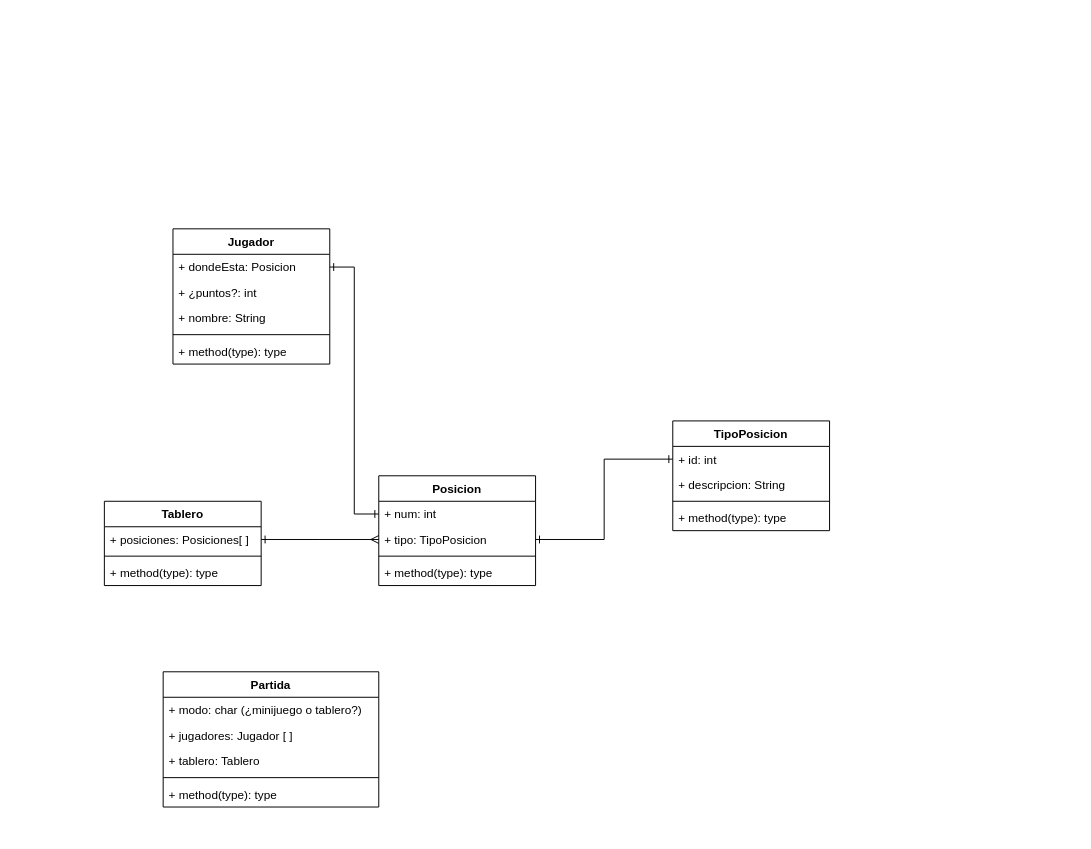
The draw.io diagram ClasesMarioParty.drawio in cancellarapaula/MarioParty, before the edit. Source tidied: cells renumbered, new cells numbered last; positions are measured from the earlier drawing's top-left corner, leaving out a move shared by most shapes. Both pictures are drawn from the tidied source at 98%, with x=0, y=0 at pixel (104, 228).
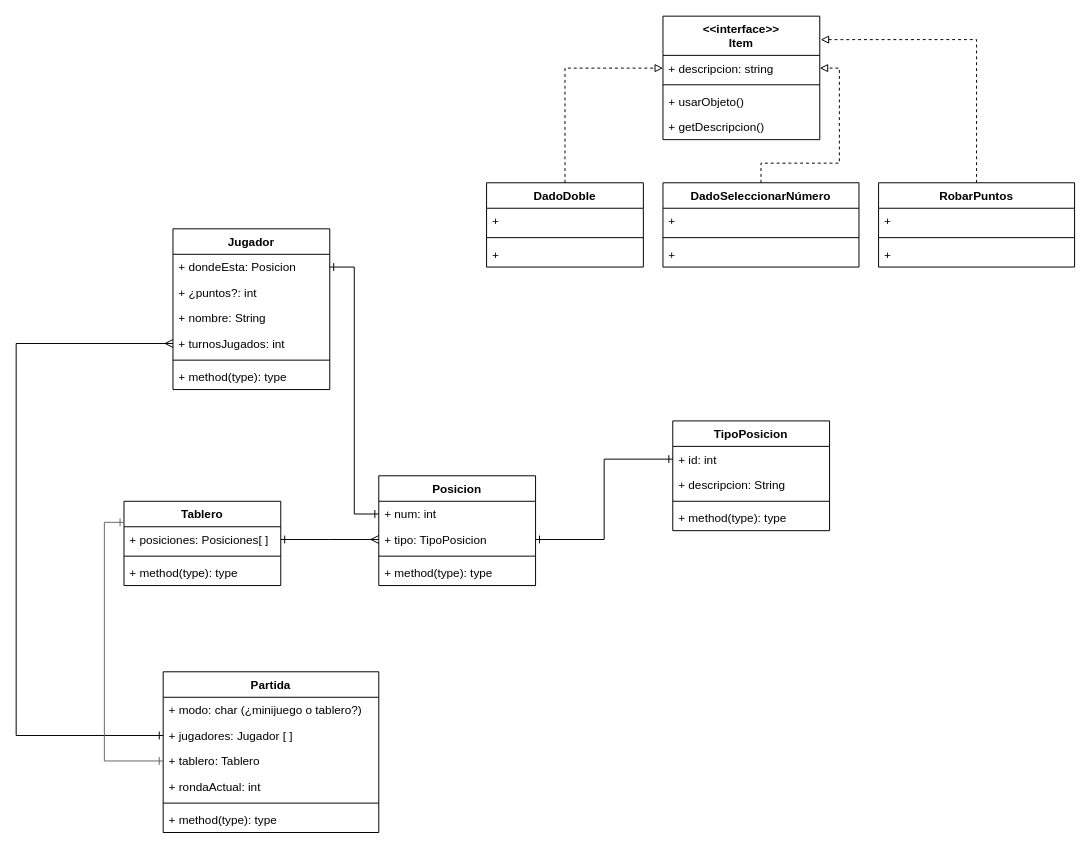
The same page after the edit.

Commit message:
Añadidos un par de atributos a jugador y partida, modelado algo de los items

The change refers to these unchanged cells:
```xml
<mxCell id="27" value="+ jugadores: Jugador [ ]" style="text;strokeColor=none;fillColor=none;align=left;verticalAlign=top;spacingLeft=4;spacingRight=4;overflow=hidden;points=[[0,0.5],[1,0.5]];portConstraint=eastwest;" parent="25" vertex="1">
  <mxGeometry y="52" width="220" height="26" as="geometry" />
</mxCell>
<mxCell id="28" value="+ tablero: Tablero" style="text;strokeColor=none;fillColor=none;align=left;verticalAlign=top;spacingLeft=4;spacingRight=4;overflow=hidden;points=[[0,0.5],[1,0.5]];portConstraint=eastwest;" parent="25" vertex="1">
  <mxGeometry y="78" width="220" height="26" as="geometry" />
</mxCell>
```

What changed in the source:
```diff
@@
     <mxCell id="2" value="Tablero" style="swimlane;fontStyle=1;align=center;verticalAlign=top;horizontal=1;startSize=26;" parent="1" vertex="1">
-      <mxGeometry y="278" width="160" height="86" as="geometry" />
+      <mxGeometry x="20" y="278" width="160" height="86" as="geometry" />
     </mxCell>
@@
     <mxCell id="18" value="Jugador" style="swimlane;fontStyle=1;align=center;verticalAlign=top;horizontal=1;startSize=26;" parent="1" vertex="1">
-      <mxGeometry x="70" width="160" height="138" as="geometry" />
+      <mxGeometry x="70" width="160" height="164" as="geometry" />
     </mxCell>
@@
+    <mxCell id="31" value="+ nombre: String" style="text;strokeColor=none;fillColor=none;align=left;verticalAlign=top;spacingLeft=4;spacingRight=4;overflow=hidden;" parent="18" vertex="1">
+      <mxGeometry y="78" width="160" height="26" as="geometry" />
+    </mxCell>
-    <mxCell id="21" value="+ nombre: String" style="text;strokeColor=none;fillColor=none;align=left;verticalAlign=top;spacingLeft=4;spacingRight=4;overflow=hidden;points=[[0,0.5],[1,0.5]];portConstraint=eastwest;" parent="18" vertex="1">
-      <mxGeometry y="78" width="160" height="26" as="geometry" />
+    <mxCell id="21" value="+ turnosJugados: int" style="text;strokeColor=none;fillColor=none;align=left;verticalAlign=top;spacingLeft=4;spacingRight=4;overflow=hidden;points=[[0,0.5],[1,0.5]];portConstraint=eastwest;" parent="18" vertex="1">
+      <mxGeometry y="104" width="160" height="26" as="geometry" />
     </mxCell>
     <mxCell id="22" style="line;strokeWidth=1;fillColor=none;align=left;verticalAlign=middle;spacingTop=-1;spacingLeft=3;spacingRight=3;labelPosition=right;" parent="18" vertex="1">
-      <mxGeometry y="104" width="160" height="8" as="geometry" />
+      <mxGeometry y="130" width="160" height="8" as="geometry" />
     </mxCell>
     <mxCell id="23" value="+ method(type): type" style="text;strokeColor=none;fillColor=none;align=left;verticalAlign=top;spacingLeft=4;spacingRight=4;overflow=hidden;" parent="18" vertex="1">
-      <mxGeometry y="112" width="160" height="26" as="geometry" />
+      <mxGeometry y="138" width="160" height="26" as="geometry" />
     </mxCell>
@@
     <mxCell id="25" value="Partida" style="swimlane;fontStyle=1;align=center;verticalAlign=top;horizontal=1;startSize=26;" parent="1" vertex="1">
-      <mxGeometry x="60" y="452" width="220" height="138" as="geometry" />
+      <mxGeometry x="60" y="452" width="220" height="164" as="geometry" />
     </mxCell>
@@
+    <mxCell id="32" value="+ rondaActual: int" style="text;strokeColor=none;fillColor=none;align=left;verticalAlign=top;spacingLeft=4;spacingRight=4;overflow=hidden;" parent="25" vertex="1">
+      <mxGeometry y="104" width="220" height="26" as="geometry" />
+    </mxCell>
     <mxCell id="29" style="line;strokeWidth=1;fillColor=none;align=left;verticalAlign=middle;spacingTop=-1;spacingLeft=3;spacingRight=3;labelPosition=right;" parent="25" vertex="1">
-      <mxGeometry y="104" width="220" height="8" as="geometry" />
+      <mxGeometry y="130" width="220" height="8" as="geometry" />
     </mxCell>
     <mxCell id="30" value="+ method(type): type" style="text;strokeColor=none;fillColor=none;align=left;verticalAlign=top;spacingLeft=4;spacingRight=4;overflow=hidden;" parent="25" vertex="1">
-      <mxGeometry y="112" width="220" height="26" as="geometry" />
+      <mxGeometry y="138" width="220" height="26" as="geometry" />
     </mxCell>
+    <mxCell id="33" style="edgeStyle=orthogonalEdgeStyle;rounded=0;jettySize=auto;html=1;exitX=0;exitY=0.5;exitDx=0;exitDy=0;entryX=0;entryY=0.5;entryDx=0;entryDy=0;startArrow=ERone;startFill=0;endArrow=ERmany;endFill=0;" parent="1" edge="1" source="27" target="21">
+      <mxGeometry relative="1" as="geometry">
+        <Array as="points">
+          <mxPoint x="-90" y="517" />
+          <mxPoint x="-90" y="117" />
+        </Array>
+      </mxGeometry>
+    </mxCell>
+    <mxCell id="34" style="edgeStyle=orthogonalEdgeStyle;rounded=0;jettySize=auto;html=1;exitX=0.5;exitY=0;exitDx=0;exitDy=0;entryX=0;entryY=0.5;entryDx=0;entryDy=0;startArrow=none;startFill=0;endArrow=block;endFill=0;dashed=1;" parent="1" edge="1" source="35" target="41">
+      <mxGeometry relative="1" as="geometry" />
+    </mxCell>
+    <mxCell id="35" value="DadoDoble" style="swimlane;fontStyle=1;align=center;verticalAlign=top;horizontal=1;startSize=26;" parent="1" vertex="1">
+      <mxGeometry x="390" y="-47" width="160" height="86" as="geometry" />
+    </mxCell>
+    <mxCell id="36" value="+" style="text;strokeColor=none;fillColor=none;align=left;verticalAlign=top;spacingLeft=4;spacingRight=4;overflow=hidden;" parent="35" vertex="1">
+      <mxGeometry y="26" width="160" height="26" as="geometry" />
+    </mxCell>
+    <mxCell id="37" style="line;strokeWidth=1;fillColor=none;align=left;verticalAlign=middle;spacingTop=-1;spacingLeft=3;spacingRight=3;labelPosition=right;" parent="35" vertex="1">
+      <mxGeometry y="52" width="160" height="8" as="geometry" />
+    </mxCell>
+    <mxCell id="38" value="+" style="text;strokeColor=none;fillColor=none;align=left;verticalAlign=top;spacingLeft=4;spacingRight=4;overflow=hidden;" parent="35" vertex="1">
+      <mxGeometry y="60" width="160" height="26" as="geometry" />
+    </mxCell>
+    <mxCell id="39" style="edgeStyle=orthogonalEdgeStyle;rounded=0;jettySize=auto;html=1;exitX=0;exitY=0.5;exitDx=0;exitDy=0;entryX=0;entryY=0.25;entryDx=0;entryDy=0;startArrow=ERone;startFill=0;endArrow=ERone;endFill=0;fillColor=#f5f5f5;strokeColor=#666666;" parent="1" edge="1" source="28" target="2">
+      <mxGeometry relative="1" as="geometry" />
+    </mxCell>
+    <mxCell id="40" value="&lt;&lt;interface&gt;&gt;&#10;Item" style="swimlane;fontStyle=1;align=center;verticalAlign=top;horizontal=1;startSize=40;" parent="1" vertex="1">
+      <mxGeometry x="570" y="-217" width="160" height="126" as="geometry" />
+    </mxCell>
+    <mxCell id="41" value="+ descripcion: string" style="text;strokeColor=none;fillColor=none;align=left;verticalAlign=top;spacingLeft=4;spacingRight=4;overflow=hidden;points=[[0,0.5],[1,0.5]];portConstraint=eastwest;" parent="40" vertex="1">
+      <mxGeometry y="40" width="160" height="26" as="geometry" />
+    </mxCell>
+    <mxCell id="42" style="line;strokeWidth=1;fillColor=none;align=left;verticalAlign=middle;spacingTop=-1;spacingLeft=3;spacingRight=3;labelPosition=right;" parent="40" vertex="1">
+      <mxGeometry y="66" width="160" height="8" as="geometry" />
+    </mxCell>
+    <mxCell id="43" value="+ usarObjeto()" style="text;strokeColor=none;fillColor=none;align=left;verticalAlign=top;spacingLeft=4;spacingRight=4;overflow=hidden;" parent="40" vertex="1">
+      <mxGeometry y="74" width="160" height="26" as="geometry" />
+    </mxCell>
+    <mxCell id="44" value="+ getDescripcion()" style="text;strokeColor=none;fillColor=none;align=left;verticalAlign=top;spacingLeft=4;spacingRight=4;overflow=hidden;" parent="40" vertex="1">
+      <mxGeometry y="100" width="160" height="26" as="geometry" />
+    </mxCell>
+    <mxCell id="45" style="edgeStyle=orthogonalEdgeStyle;rounded=0;jettySize=auto;html=1;exitX=0.5;exitY=0;exitDx=0;exitDy=0;entryX=1;entryY=0.5;entryDx=0;entryDy=0;dashed=1;startArrow=none;startFill=0;endArrow=block;endFill=0;" parent="1" edge="1" source="46" target="41">
+      <mxGeometry relative="1" as="geometry">
+        <Array as="points">
+          <mxPoint x="670" y="-67" />
+          <mxPoint x="750" y="-67" />
+          <mxPoint x="750" y="-164" />
+        </Array>
+      </mxGeometry>
+    </mxCell>
+    <mxCell id="46" value="DadoSeleccionarNúmero" style="swimlane;fontStyle=1;align=center;verticalAlign=top;horizontal=1;startSize=26;" parent="1" vertex="1">
+      <mxGeometry x="570" y="-47" width="200" height="86" as="geometry" />
+    </mxCell>
+    <mxCell id="47" value="+" style="text;strokeColor=none;fillColor=none;align=left;verticalAlign=top;spacingLeft=4;spacingRight=4;overflow=hidden;" parent="46" vertex="1">
+      <mxGeometry y="26" width="200" height="26" as="geometry" />
+    </mxCell>
+    <mxCell id="48" style="line;strokeWidth=1;fillColor=none;align=left;verticalAlign=middle;spacingTop=-1;spacingLeft=3;spacingRight=3;labelPosition=right;" parent="46" vertex="1">
+      <mxGeometry y="52" width="200" height="8" as="geometry" />
+    </mxCell>
+    <mxCell id="49" value="+" style="text;strokeColor=none;fillColor=none;align=left;verticalAlign=top;spacingLeft=4;spacingRight=4;overflow=hidden;" parent="46" vertex="1">
+      <mxGeometry y="60" width="200" height="26" as="geometry" />
+    </mxCell>
+    <mxCell id="50" style="edgeStyle=orthogonalEdgeStyle;rounded=0;jettySize=auto;html=1;exitX=0.5;exitY=0;exitDx=0;exitDy=0;entryX=1.006;entryY=0.19;entryDx=0;entryDy=0;entryPerimeter=0;dashed=1;startArrow=none;startFill=0;endArrow=block;endFill=0;" parent="1" edge="1" source="51" target="40">
+      <mxGeometry relative="1" as="geometry" />
+    </mxCell>
+    <mxCell id="51" value="RobarPuntos" style="swimlane;fontStyle=1;align=center;verticalAlign=top;horizontal=1;startSize=26;" parent="1" vertex="1">
+      <mxGeometry x="790" y="-47" width="200" height="86" as="geometry" />
+    </mxCell>
+    <mxCell id="52" value="+" style="text;strokeColor=none;fillColor=none;align=left;verticalAlign=top;spacingLeft=4;spacingRight=4;overflow=hidden;" parent="51" vertex="1">
+      <mxGeometry y="26" width="200" height="26" as="geometry" />
+    </mxCell>
+    <mxCell id="53" style="line;strokeWidth=1;fillColor=none;align=left;verticalAlign=middle;spacingTop=-1;spacingLeft=3;spacingRight=3;labelPosition=right;" parent="51" vertex="1">
+      <mxGeometry y="52" width="200" height="8" as="geometry" />
+    </mxCell>
+    <mxCell id="54" value="+" style="text;strokeColor=none;fillColor=none;align=left;verticalAlign=top;spacingLeft=4;spacingRight=4;overflow=hidden;" parent="51" vertex="1">
+      <mxGeometry y="60" width="200" height="26" as="geometry" />
+    </mxCell>
```
